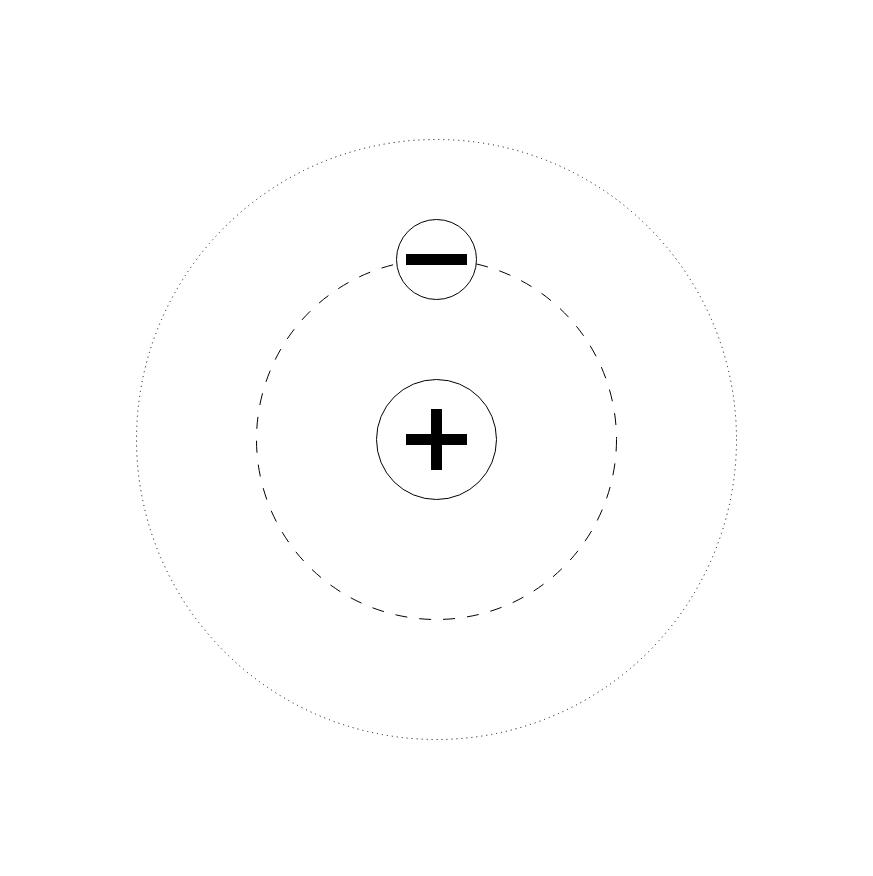
This is _Sonstige_/Diagramme/XML/Energieniveauschema des Wasserstoffatoms.drawio from Maxbleibtgeheim/WBS-Norderstedt, a draw.io file, before an edit. Source tidied: cells renumbered, new cells numbered last; positions are measured from the earlier drawing's top-left corner, leaving out a move shared by most shapes. Both pictures are drawn from the tidied source at 100%, with x=0, y=0 at pixel (136, 139).
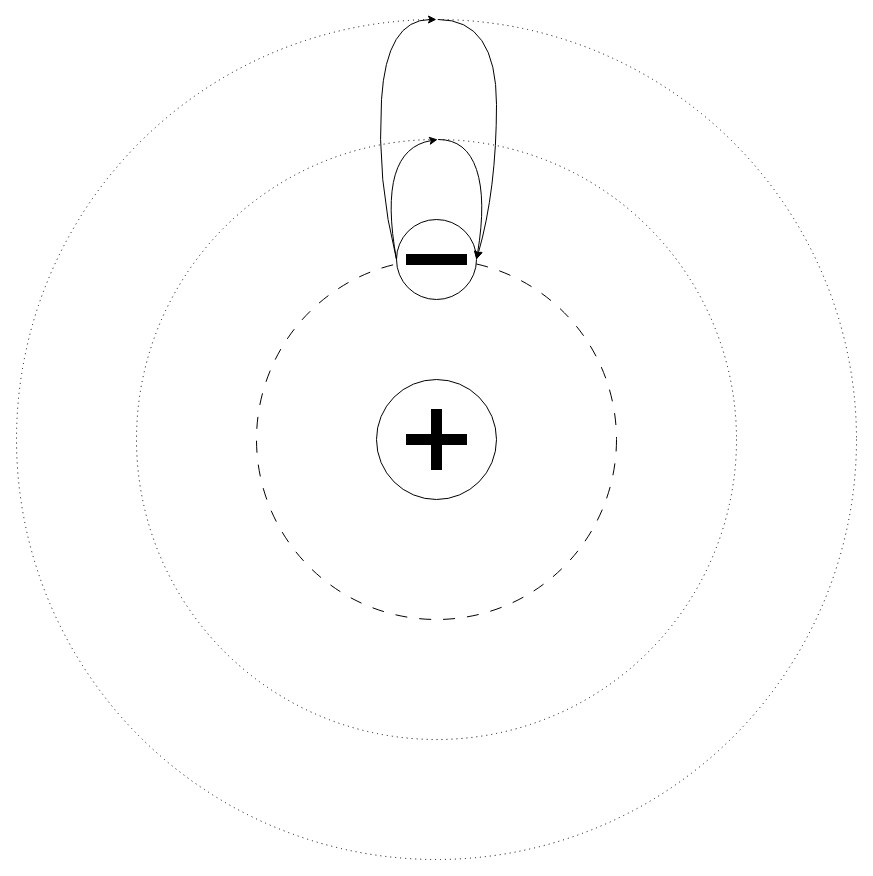
The same page after the edit.

Unchanged cells that the change refers to:
```xml
<mxCell id="5" style="ellipse;whiteSpace=wrap;html=1;" parent="1" vertex="1">
  <mxGeometry x="260" y="80" width="80" height="80" as="geometry" />
</mxCell>
```

Diff of the diagram source:
```diff
@@
+    <mxCell id="9" style="ellipse;whiteSpace=wrap;html=1;fillColor=none;dashed=1;dashPattern=1 4;" parent="1" vertex="1">
+      <mxGeometry x="-120" y="-120" width="840" height="840" as="geometry" />
+    </mxCell>
+    <mxCell id="3" style="ellipse;whiteSpace=wrap;html=1;fillColor=none;dashed=1;dashPattern=1 4;" parent="1" vertex="1">
+      <mxGeometry width="600" height="600" as="geometry" />
+    </mxCell>
@@
-    <mxCell id="3" style="ellipse;whiteSpace=wrap;html=1;fillColor=none;dashed=1;dashPattern=1 4;" parent="1" vertex="1">
-      <mxGeometry width="600" height="600" as="geometry" />
-    </mxCell>
@@
+    <mxCell id="10" style="curved=1;endArrow=classic;html=1;rounded=0;entryX=0.502;entryY=0;entryDx=0;entryDy=0;entryPerimeter=0;exitX=0;exitY=0.5;exitDx=0;exitDy=0;" parent="1" edge="1" source="5" target="3">
+      <mxGeometry relative="1" as="geometry">
+        <Array as="points">
+          <mxPoint x="240" y="10" />
+        </Array>
+      </mxGeometry>
+    </mxCell>
+    <mxCell id="11" style="curved=1;endArrow=classic;html=1;rounded=0;exitX=0.503;exitY=0;exitDx=0;exitDy=0;exitPerimeter=0;" parent="1" edge="1" source="3">
+      <mxGeometry relative="1" as="geometry">
+        <mxPoint x="340" y="120" as="targetPoint" />
+        <Array as="points">
+          <mxPoint x="330" />
+          <mxPoint x="350" y="60" />
+        </Array>
+      </mxGeometry>
+    </mxCell>
+    <mxCell id="12" style="curved=1;endArrow=classic;html=1;rounded=0;entryX=1;entryY=0.5;entryDx=0;entryDy=0;exitX=0.502;exitY=0;exitDx=0;exitDy=0;exitPerimeter=0;" parent="1" edge="1" source="9" target="5">
+      <mxGeometry relative="1" as="geometry">
+        <Array as="points">
+          <mxPoint x="360" y="-120" />
+          <mxPoint x="360" y="50" />
+        </Array>
+      </mxGeometry>
+    </mxCell>
+    <mxCell id="13" style="curved=1;endArrow=classic;html=1;rounded=0;exitX=0;exitY=0.5;exitDx=0;exitDy=0;entryX=0.5;entryY=0;entryDx=0;entryDy=0;" parent="1" edge="1" source="5" target="9">
+      <mxGeometry relative="1" as="geometry">
+        <Array as="points">
+          <mxPoint x="240" y="40" />
+          <mxPoint x="250" y="-120" />
+        </Array>
+      </mxGeometry>
+    </mxCell>
```
